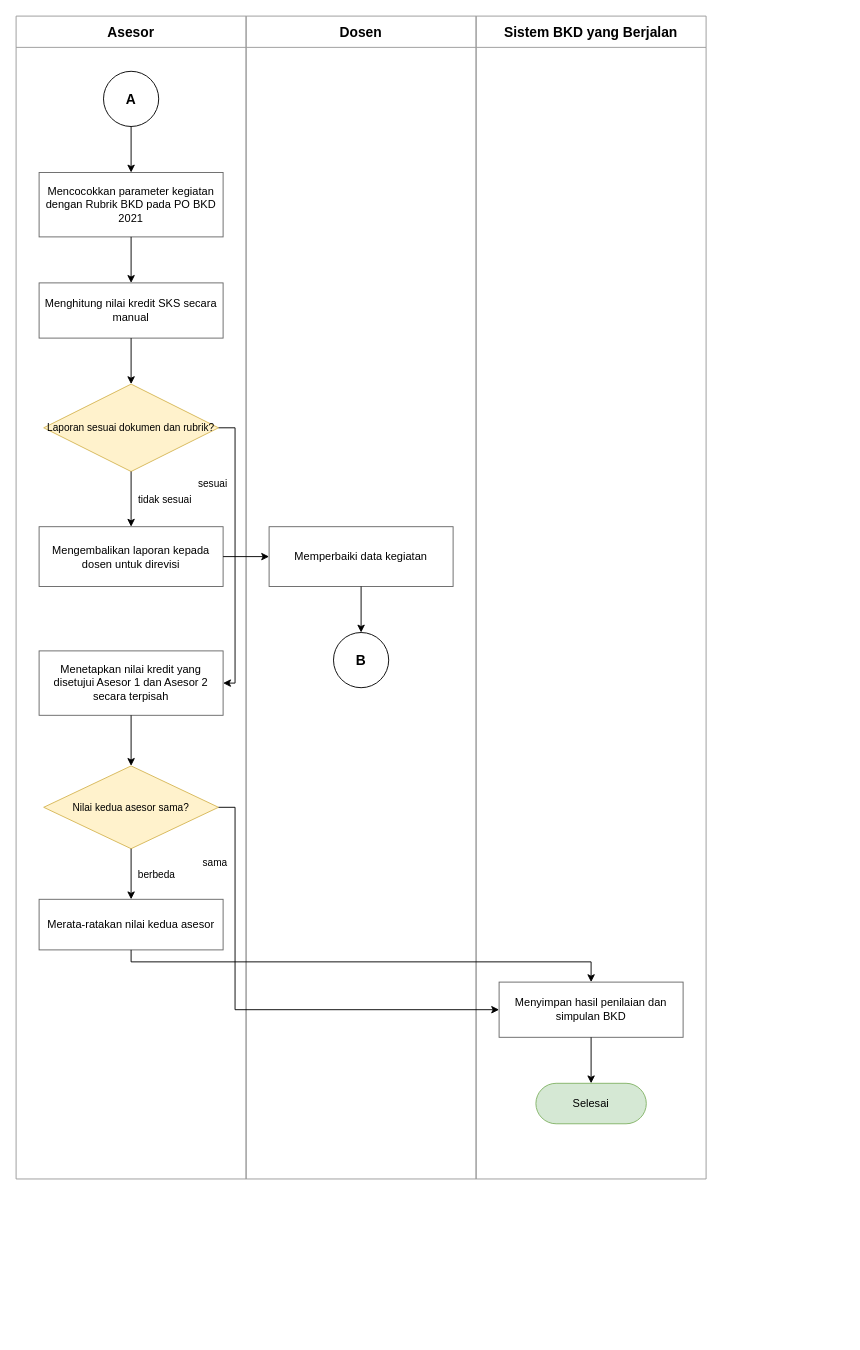
The draw.io diagram docs/diagram/IV-02-alur-sistem-berjalan-bagian-2.drawio in SandChik/TugasAkhir, before the edit. Source tidied: cells renumbered, new cells numbered last; positions are measured from the earlier drawing's top-left corner, leaving out a move shared by most shapes. Both pictures are drawn from the tidied source at 92%, with x=0, y=0 at pixel (16, 16).
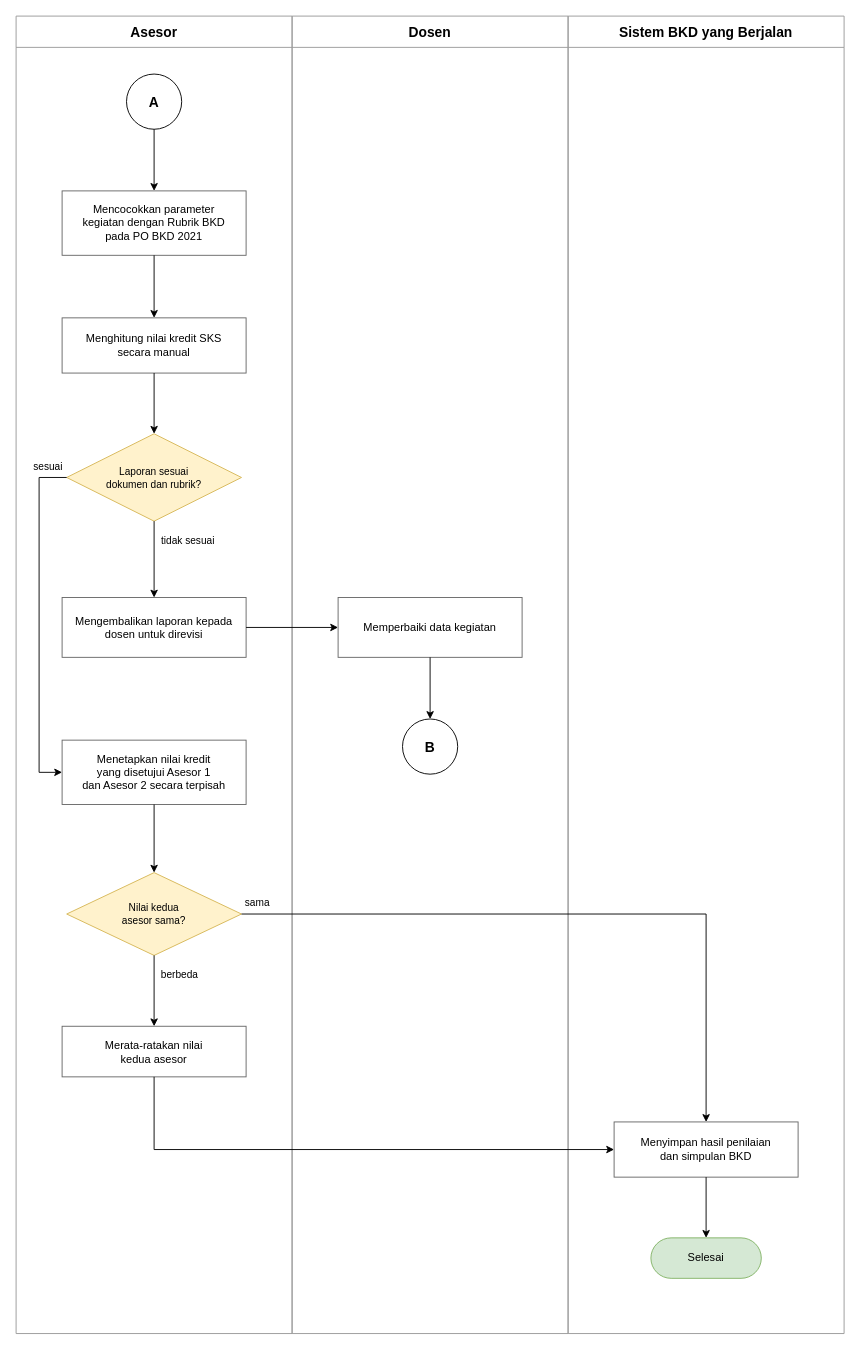
After the change.

The edit, as a diff of the source:
```diff
@@
     <mxCell id="2" value="Asesor" style="swimlane;startSize=34;horizontal=1;fontStyle=1;verticalAlign=middle;whiteSpace=wrap;html=1;fontSize=15;align=center;strokeColor=#999999;fillColor=none;fontStyle=1;" parent="1" vertex="1">
-      <mxGeometry width="250" height="1264" as="geometry" />
+      <mxGeometry width="300" height="1432" as="geometry" />
     </mxCell>
     <mxCell id="3" value="Dosen" style="swimlane;startSize=34;horizontal=1;fontStyle=1;verticalAlign=middle;whiteSpace=wrap;html=1;fontSize=15;align=center;strokeColor=#999999;fillColor=none;fontStyle=1;" parent="1" vertex="1">
-      <mxGeometry x="250" width="250" height="1264" as="geometry" />
+      <mxGeometry x="300" width="300" height="1432" as="geometry" />
     </mxCell>
     <mxCell id="4" value="Sistem BKD yang Berjalan" style="swimlane;startSize=34;horizontal=1;fontStyle=1;verticalAlign=middle;whiteSpace=wrap;html=1;fontSize=15;align=center;strokeColor=#999999;fillColor=none;fontStyle=1;" parent="1" vertex="1">
-      <mxGeometry x="500" width="250" height="1264" as="geometry" />
+      <mxGeometry x="600" width="300" height="1432" as="geometry" />
     </mxCell>
     <mxCell id="5" value="A" style="ellipse;whiteSpace=wrap;html=1;fontSize=15;align=center;strokeColor=#000000;fillColor=#ffffff;fontStyle=1;" parent="2" vertex="1">
-      <mxGeometry x="95" y="60" width="60" height="60" as="geometry" />
+      <mxGeometry x="120" y="63" width="60" height="60" as="geometry" />
     </mxCell>
-    <mxCell id="6" value="Mencocokkan parameter kegiatan dengan Rubrik BKD pada PO BKD 2021" style="rounded=0;whiteSpace=wrap;html=1;fontSize=12;align=center;strokeColor=#666666;fillColor=#ffffff;" parent="2" vertex="1">
-      <mxGeometry x="25" y="170" width="200" height="70" as="geometry" />
+    <mxCell id="6" value="Mencocokkan parameter&lt;br&gt;kegiatan dengan Rubrik BKD&lt;br&gt;pada PO BKD 2021" style="rounded=0;whiteSpace=wrap;html=1;fontSize=12;align=center;strokeColor=#666666;fillColor=#ffffff;" parent="2" vertex="1">
+      <mxGeometry x="50" y="190" width="200" height="70" as="geometry" />
     </mxCell>
-    <mxCell id="7" value="Menghitung nilai kredit SKS secara manual" style="rounded=0;whiteSpace=wrap;html=1;fontSize=12;align=center;strokeColor=#666666;fillColor=#ffffff;" parent="2" vertex="1">
-      <mxGeometry x="25" y="290" width="200" height="60" as="geometry" />
+    <mxCell id="7" value="Menghitung nilai kredit SKS&lt;br&gt;secara manual" style="rounded=0;whiteSpace=wrap;html=1;fontSize=12;align=center;strokeColor=#666666;fillColor=#ffffff;" parent="2" vertex="1">
+      <mxGeometry x="50" y="328" width="200" height="60" as="geometry" />
     </mxCell>
-    <mxCell id="8" value="Laporan sesuai dokumen dan rubrik?" style="rhombus;whiteSpace=wrap;html=1;fontSize=11;align=center;strokeColor=#d6b656;fillColor=#fff2cc;" parent="2" vertex="1">
-      <mxGeometry x="30" y="400" width="190" height="95" as="geometry" />
+    <mxCell id="8" value="Laporan sesuai&lt;br&gt;dokumen dan rubrik?" style="rhombus;whiteSpace=wrap;html=1;fontSize=11;align=center;strokeColor=#d6b656;fillColor=#fff2cc;" parent="2" vertex="1">
+      <mxGeometry x="55" y="454" width="190" height="95" as="geometry" />
     </mxCell>
-    <mxCell id="9" value="Mengembalikan laporan kepada dosen untuk direvisi" style="rounded=0;whiteSpace=wrap;html=1;fontSize=12;align=center;strokeColor=#666666;fillColor=#ffffff;" parent="2" vertex="1">
-      <mxGeometry x="25" y="555" width="200" height="65" as="geometry" />
+    <mxCell id="9" value="Mengembalikan laporan kepada&lt;br&gt;dosen untuk direvisi" style="rounded=0;whiteSpace=wrap;html=1;fontSize=12;align=center;strokeColor=#666666;fillColor=#ffffff;" parent="2" vertex="1">
+      <mxGeometry x="50" y="632" width="200" height="65" as="geometry" />
     </mxCell>
     <mxCell id="10" value="Memperbaiki data kegiatan" style="rounded=0;whiteSpace=wrap;html=1;fontSize=12;align=center;strokeColor=#666666;fillColor=#ffffff;" parent="3" vertex="1">
-      <mxGeometry x="25" y="555" width="200" height="65" as="geometry" />
+      <mxGeometry x="50" y="632" width="200" height="65" as="geometry" />
     </mxCell>
     <mxCell id="11" value="B" style="ellipse;whiteSpace=wrap;html=1;fontSize=15;align=center;strokeColor=#000000;fillColor=#ffffff;fontStyle=1;" parent="3" vertex="1">
-      <mxGeometry x="95" y="670" width="60" height="60" as="geometry" />
+      <mxGeometry x="120" y="764" width="60" height="60" as="geometry" />
     </mxCell>
-    <mxCell id="12" value="Menetapkan nilai kredit yang disetujui Asesor 1 dan Asesor 2 secara terpisah" style="rounded=0;whiteSpace=wrap;html=1;fontSize=12;align=center;strokeColor=#666666;fillColor=#ffffff;" parent="2" vertex="1">
-      <mxGeometry x="25" y="690" width="200" height="70" as="geometry" />
+    <mxCell id="12" value="Menetapkan nilai kredit&lt;br&gt;yang disetujui Asesor 1&lt;br&gt;dan Asesor 2 secara terpisah" style="rounded=0;whiteSpace=wrap;html=1;fontSize=12;align=center;strokeColor=#666666;fillColor=#ffffff;" parent="2" vertex="1">
+      <mxGeometry x="50" y="787" width="200" height="70" as="geometry" />
     </mxCell>
-    <mxCell id="13" value="Nilai kedua asesor sama?" style="rhombus;whiteSpace=wrap;html=1;fontSize=11;align=center;strokeColor=#d6b656;fillColor=#fff2cc;" parent="2" vertex="1">
-      <mxGeometry x="30" y="815" width="190" height="90" as="geometry" />
+    <mxCell id="13" value="Nilai kedua&lt;br&gt;asesor sama?" style="rhombus;whiteSpace=wrap;html=1;fontSize=11;align=center;strokeColor=#d6b656;fillColor=#fff2cc;" parent="2" vertex="1">
+      <mxGeometry x="55" y="931" width="190" height="90" as="geometry" />
     </mxCell>
-    <mxCell id="14" value="Merata-ratakan nilai kedua asesor" style="rounded=0;whiteSpace=wrap;html=1;fontSize=12;align=center;strokeColor=#666666;fillColor=#ffffff;" parent="2" vertex="1">
-      <mxGeometry x="25" y="960" width="200" height="55" as="geometry" />
+    <mxCell id="14" value="Merata-ratakan nilai&lt;br&gt;kedua asesor" style="rounded=0;whiteSpace=wrap;html=1;fontSize=12;align=center;strokeColor=#666666;fillColor=#ffffff;" parent="2" vertex="1">
+      <mxGeometry x="50" y="1098" width="200" height="55" as="geometry" />
     </mxCell>
-    <mxCell id="15" value="Menyimpan hasil penilaian dan simpulan BKD" style="rounded=0;whiteSpace=wrap;html=1;fontSize=12;align=center;strokeColor=#666666;fillColor=#ffffff;" parent="4" vertex="1">
-      <mxGeometry x="25" y="1050" width="200" height="60" as="geometry" />
+    <mxCell id="15" value="Menyimpan hasil penilaian&lt;br&gt;dan simpulan BKD" style="rounded=0;whiteSpace=wrap;html=1;fontSize=12;align=center;strokeColor=#666666;fillColor=#ffffff;" parent="4" vertex="1">
+      <mxGeometry x="50" y="1202" width="200" height="60" as="geometry" />
     </mxCell>
     <mxCell id="16" value="Selesai" style="rounded=1;arcSize=50;whiteSpace=wrap;html=1;fontSize=12;align=center;strokeColor=#82b366;fillColor=#d5e8d4;" parent="4" vertex="1">
-      <mxGeometry x="65" y="1160" width="120" height="44" as="geometry" />
+      <mxGeometry x="90" y="1328" width="120" height="44" as="geometry" />
     </mxCell>
@@
-    <mxCell id="19" style="edgeStyle=orthogonalEdgeStyle;rounded=0;html=1;strokeColor=#000000;endArrow=classic;startArrow=none;exitX=0.500;exitY=1.000;exitDx=0;exitDy=0;entryX=0.500;entryY=0.000;entryDx=0;entryDy=0;" parent="1" edge="1" source="7" target="8">
+    <mxCell id="19" style="edgeStyle=orthogonalEdgeStyle;rounded=0;html=1;strokeColor=#000000;endArrow=classic;startArrow=none;exitX=0.500;exitY=1.000;exitDx=0;exitDy=0;entryX=0.500;entryY=0.000;entryDx=0;entryDy=0;entryPerimeter=0;" parent="1" edge="1" source="7" target="8">
       <mxGeometry relative="1" as="geometry" />
     </mxCell>
-    <mxCell id="20" style="edgeStyle=orthogonalEdgeStyle;rounded=0;html=1;strokeColor=#000000;endArrow=classic;startArrow=none;exitX=0.500;exitY=1.000;exitDx=0;exitDy=0;entryX=0.500;entryY=0.000;entryDx=0;entryDy=0;" parent="1" edge="1" source="8" target="9">
+    <mxCell id="20" style="edgeStyle=orthogonalEdgeStyle;rounded=0;html=1;strokeColor=#000000;endArrow=classic;startArrow=none;exitX=0.500;exitY=1.000;exitDx=0;exitDy=0;exitPerimeter=0;entryX=0.500;entryY=0.000;entryDx=0;entryDy=0;" parent="1" edge="1" source="8" target="9">
       <mxGeometry relative="1" as="geometry" />
     </mxCell>
@@
-    <mxCell id="23" style="edgeStyle=orthogonalEdgeStyle;rounded=0;html=1;strokeColor=#000000;endArrow=classic;startArrow=none;exitX=1.000;exitY=0.500;exitDx=0;exitDy=0;entryX=1.000;entryY=0.500;entryDx=0;entryDy=0;" parent="1" edge="1" source="8" target="12">
+    <mxCell id="23" style="edgeStyle=orthogonalEdgeStyle;rounded=0;html=1;strokeColor=#000000;endArrow=classic;startArrow=none;exitX=0.000;exitY=0.500;exitDx=0;exitDy=0;exitPerimeter=0;entryX=0.000;entryY=0.500;entryDx=0;entryDy=0;" parent="1" edge="1" source="8" target="12">
       <mxGeometry relative="1" as="geometry">
         <Array as="points">
-          <mxPoint x="238" y="448" />
-          <mxPoint x="238" y="725" />
+          <mxPoint x="25" y="502" />
+          <mxPoint x="25" y="822" />
         </Array>
       </mxGeometry>
     </mxCell>
-    <mxCell id="24" style="edgeStyle=orthogonalEdgeStyle;rounded=0;html=1;strokeColor=#000000;endArrow=classic;startArrow=none;exitX=0.500;exitY=1.000;exitDx=0;exitDy=0;entryX=0.500;entryY=0.000;entryDx=0;entryDy=0;" parent="1" edge="1" source="12" target="13">
+    <mxCell id="24" style="edgeStyle=orthogonalEdgeStyle;rounded=0;html=1;strokeColor=#000000;endArrow=classic;startArrow=none;exitX=0.500;exitY=1.000;exitDx=0;exitDy=0;entryX=0.500;entryY=0.000;entryDx=0;entryDy=0;entryPerimeter=0;" parent="1" edge="1" source="12" target="13">
       <mxGeometry relative="1" as="geometry" />
     </mxCell>
-    <mxCell id="25" style="edgeStyle=orthogonalEdgeStyle;rounded=0;html=1;strokeColor=#000000;endArrow=classic;startArrow=none;exitX=0.500;exitY=1.000;exitDx=0;exitDy=0;entryX=0.500;entryY=0.000;entryDx=0;entryDy=0;" parent="1" edge="1" source="13" target="14">
+    <mxCell id="25" style="edgeStyle=orthogonalEdgeStyle;rounded=0;html=1;strokeColor=#000000;endArrow=classic;startArrow=none;exitX=0.500;exitY=1.000;exitDx=0;exitDy=0;exitPerimeter=0;entryX=0.500;entryY=0.000;entryDx=0;entryDy=0;" parent="1" edge="1" source="13" target="14">
       <mxGeometry relative="1" as="geometry" />
     </mxCell>
-    <mxCell id="26" style="edgeStyle=orthogonalEdgeStyle;rounded=0;html=1;strokeColor=#000000;endArrow=classic;startArrow=none;exitX=0.500;exitY=1.000;exitDx=0;exitDy=0;entryX=0.500;entryY=0.000;entryDx=0;entryDy=0;" parent="1" edge="1" source="14" target="15">
+    <mxCell id="26" style="edgeStyle=orthogonalEdgeStyle;rounded=0;html=1;strokeColor=#000000;endArrow=classic;startArrow=none;exitX=0.500;exitY=1.000;exitDx=0;exitDy=0;entryX=0.000;entryY=0.500;entryDx=0;entryDy=0;" parent="1" edge="1" source="14" target="15">
       <mxGeometry relative="1" as="geometry">
         <Array as="points">
-          <mxPoint x="125" y="1028" />
-          <mxPoint x="625" y="1028" />
+          <mxPoint x="150" y="1232" />
         </Array>
       </mxGeometry>
     </mxCell>
-    <mxCell id="27" style="edgeStyle=orthogonalEdgeStyle;rounded=0;html=1;strokeColor=#000000;endArrow=classic;startArrow=none;exitX=1.000;exitY=0.500;exitDx=0;exitDy=0;entryX=0.000;entryY=0.500;entryDx=0;entryDy=0;" parent="1" edge="1" source="13" target="15">
+    <mxCell id="27" style="edgeStyle=orthogonalEdgeStyle;rounded=0;html=1;strokeColor=#000000;endArrow=classic;startArrow=none;exitX=1.000;exitY=0.500;exitDx=0;exitDy=0;exitPerimeter=0;entryX=0.500;entryY=0.000;entryDx=0;entryDy=0;" parent="1" edge="1" source="13" target="15">
       <mxGeometry relative="1" as="geometry">
         <Array as="points">
-          <mxPoint x="238" y="860" />
-          <mxPoint x="238" y="1080" />
+          <mxPoint x="750" y="976" />
         </Array>
       </mxGeometry>
     </mxCell>
@@
     <mxCell id="29" value="tidak sesuai" style="text;html=1;whiteSpace=wrap;fontSize=11;align=center;verticalAlign=middle;strokeColor=none;fillColor=#ffffff;" parent="1" vertex="1">
-      <mxGeometry x="130" y="518" width="64" height="15" as="geometry" />
+      <mxGeometry x="155" y="562" width="64" height="15" as="geometry" />
     </mxCell>
     <mxCell id="30" value="sesuai" style="text;html=1;whiteSpace=wrap;fontSize=11;align=center;verticalAlign=middle;strokeColor=none;fillColor=#ffffff;" parent="1" vertex="1">
-      <mxGeometry x="195" y="500" width="38" height="15" as="geometry" />
+      <mxGeometry x="16" y="482" width="38" height="15" as="geometry" />
     </mxCell>
     <mxCell id="31" value="berbeda" style="text;html=1;whiteSpace=wrap;fontSize=11;align=center;verticalAlign=middle;strokeColor=none;fillColor=#ffffff;" parent="1" vertex="1">
-      <mxGeometry x="130" y="925" width="46" height="15" as="geometry" />
+      <mxGeometry x="155" y="1034" width="46" height="15" as="geometry" />
     </mxCell>
     <mxCell id="32" value="sama" style="text;html=1;whiteSpace=wrap;fontSize=11;align=center;verticalAlign=middle;strokeColor=none;fillColor=#ffffff;" parent="1" vertex="1">
-      <mxGeometry x="200" y="912" width="33" height="15" as="geometry" />
+      <mxGeometry x="246" y="956" width="33" height="15" as="geometry" />
     </mxCell>
```
